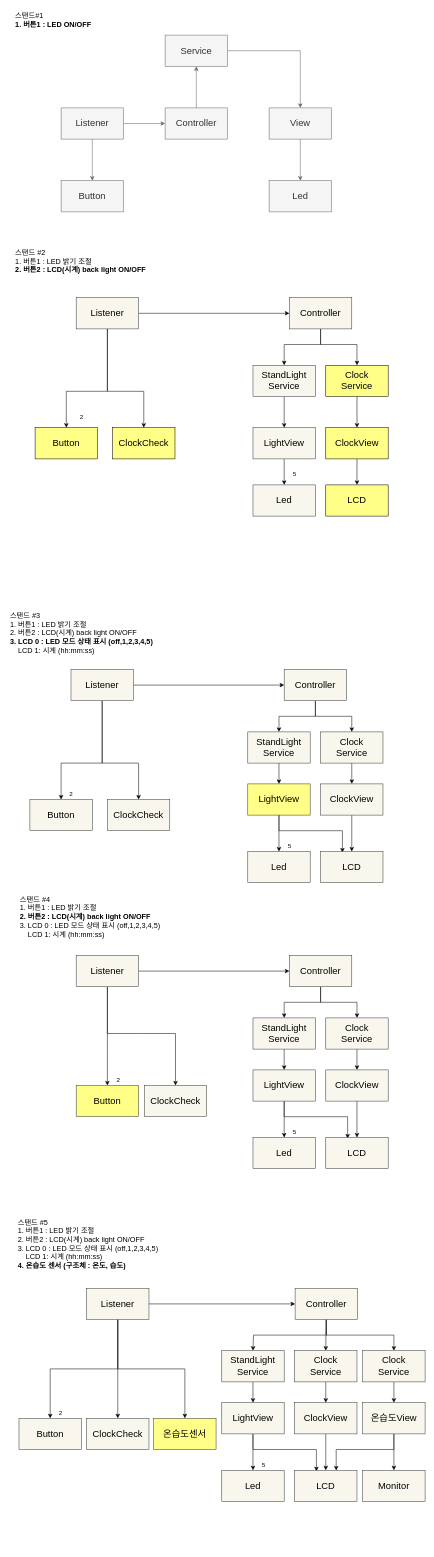
This is page "페이지-1" (1 of 2) of sw_design/architecture.drawio from ena-log/StandLight_Clock_Temperature, a draw.io file, before an edit. Source tidied: cells renumbered, new cells numbered last; positions are measured from the earlier drawing's top-left corner, leaving out a move shared by most shapes. Both pictures are drawn from the tidied source at 52%, with x=0, y=0 at pixel (9, 9).
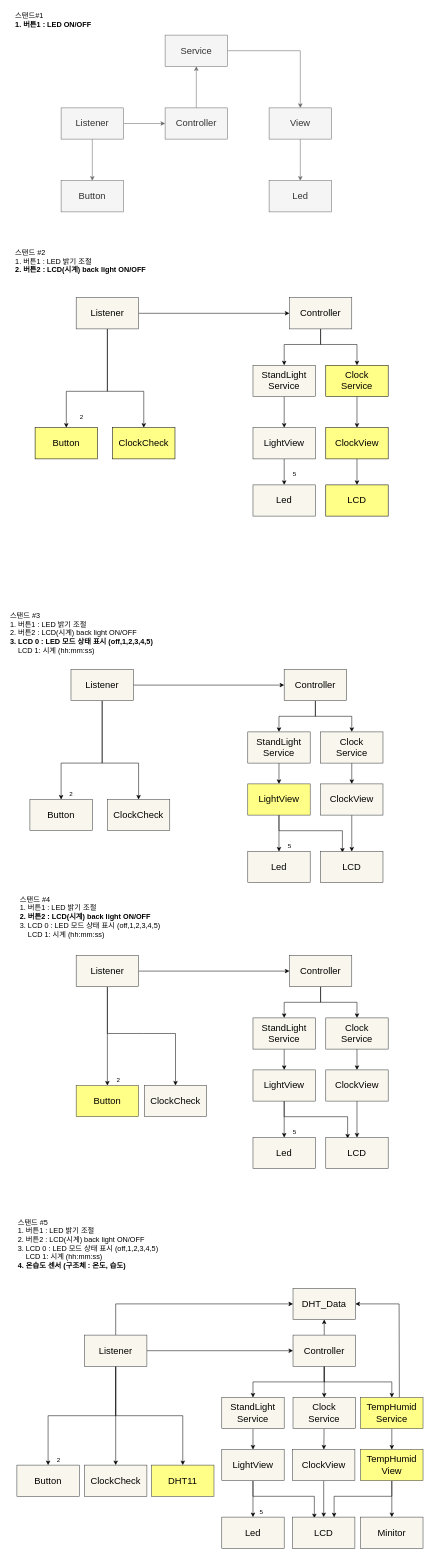
The same page after the edit.

Change to the diagram source:
```diff
@@
     <mxCell id="82" value="Button" style="whiteSpace=wrap;html=1;fontSize=18;fillColor=#f9f7ed;strokeColor=#36393d;fontColor=#000000;" parent="1" vertex="1">
-      <mxGeometry x="19" y="2710" width="120" height="60" as="geometry" />
+      <mxGeometry x="15" y="2800" width="120" height="60" as="geometry" />
     </mxCell>
     <mxCell id="83" style="edgeStyle=none;html=1;fontSize=18;entryX=0.5;entryY=0;entryDx=0;entryDy=0;rounded=0;fontColor=#000000;strokeColor=#000000;" parent="1" edge="1" source="87" target="82">
       <mxGeometry relative="1" as="geometry">
         <Array as="points">
-          <mxPoint x="209" y="2615" />
-          <mxPoint x="79" y="2615" />
+          <mxPoint x="205" y="2705" />
+          <mxPoint x="75" y="2705" />
         </Array>
       </mxGeometry>
     </mxCell>
@@
+    <mxCell id="114" style="edgeStyle=none;html=1;entryX=0;entryY=0.5;entryDx=0;entryDy=0;fontColor=#000000;strokeColor=#000000;exitX=0.5;exitY=0;exitDx=0;exitDy=0;rounded=0;" parent="1" edge="1" source="87" target="118">
+      <mxGeometry relative="1" as="geometry">
+        <Array as="points">
+          <mxPoint x="205" y="2490" />
+        </Array>
+      </mxGeometry>
+    </mxCell>
     <mxCell id="87" value="Listener" style="whiteSpace=wrap;html=1;fontSize=18;strokeColor=#36393d;fillColor=#f9f7ed;fontColor=#000000;" parent="1" vertex="1">
-      <mxGeometry x="149" y="2460" width="120" height="60" as="geometry" />
+      <mxGeometry x="145" y="2550" width="120" height="60" as="geometry" />
     </mxCell>
     <mxCell id="88" style="edgeStyle=none;html=1;entryX=0.5;entryY=0;entryDx=0;entryDy=0;rounded=0;strokeColor=#000000;" parent="1" edge="1" source="91" target="97">
       <mxGeometry relative="1" as="geometry">
         <Array as="points">
-          <mxPoint x="610" y="2550" />
-          <mxPoint x="470" y="2550" />
+          <mxPoint x="606" y="2640" />
+          <mxPoint x="469" y="2640" />
         </Array>
       </mxGeometry>
     </mxCell>
+    <mxCell id="90" style="edgeStyle=orthogonalEdgeStyle;html=1;exitX=0.5;exitY=1;exitDx=0;exitDy=0;entryX=0.5;entryY=0;entryDx=0;entryDy=0;fontColor=#000000;rounded=0;strokeColor=#000000;" parent="1" edge="1" source="91" target="109">
+      <mxGeometry relative="1" as="geometry">
+        <Array as="points">
+          <mxPoint x="606" y="2640" />
+          <mxPoint x="736" y="2640" />
+        </Array>
+      </mxGeometry>
+    </mxCell>
+    <mxCell id="115" style="edgeStyle=none;rounded=0;html=1;entryX=0.5;entryY=1;entryDx=0;entryDy=0;fontColor=#000000;strokeColor=#000000;exitX=0.5;exitY=0;exitDx=0;exitDy=0;" parent="1" edge="1" source="91" target="118">
+      <mxGeometry relative="1" as="geometry" />
+    </mxCell>
-    <mxCell id="89" style="edgeStyle=none;rounded=0;html=1;entryX=0.5;entryY=0;entryDx=0;entryDy=0;strokeColor=#000000;" parent="1" edge="1" source="91" target="99">
+    <mxCell id="89" style="edgeStyle=none;rounded=0;html=1;entryX=0.5;entryY=0;entryDx=0;entryDy=0;fontColor=#000000;strokeColor=#000000;" parent="1" edge="1" source="91" target="99">
       <mxGeometry relative="1" as="geometry" />
     </mxCell>
-    <mxCell id="90" style="edgeStyle=orthogonalEdgeStyle;html=1;exitX=0.5;exitY=1;exitDx=0;exitDy=0;entryX=0.5;entryY=0;entryDx=0;entryDy=0;fontColor=#000000;rounded=0;strokeColor=#000000;" parent="1" edge="1" source="91" target="109">
-      <mxGeometry relative="1" as="geometry" />
-    </mxCell>
     <mxCell id="91" value="Controller" style="whiteSpace=wrap;html=1;fontSize=18;strokeColor=#36393d;fillColor=#f9f7ed;fontColor=#000000;" parent="1" vertex="1">
-      <mxGeometry x="550" y="2460" width="120" height="60" as="geometry" />
+      <mxGeometry x="546" y="2550" width="120" height="60" as="geometry" />
     </mxCell>
@@
     <mxCell id="93" style="edgeStyle=none;html=1;exitX=0.5;exitY=1;exitDx=0;exitDy=0;strokeColor=#000000;entryX=0.35;entryY=0.033;entryDx=0;entryDy=0;entryPerimeter=0;rounded=0;" parent="1" edge="1" source="94" target="102">
       <mxGeometry relative="1" as="geometry">
         <Array as="points">
-          <mxPoint x="469" y="2770" />
-          <mxPoint x="591" y="2770" />
+          <mxPoint x="469" y="2860" />
+          <mxPoint x="587" y="2860" />
         </Array>
       </mxGeometry>
     </mxCell>
     <mxCell id="94" value="LightView" style="whiteSpace=wrap;html=1;fontSize=18;strokeColor=#36393d;fillColor=#f9f7ed;fontColor=#000000;" parent="1" vertex="1">
-      <mxGeometry x="409" y="2680" width="120" height="60" as="geometry" />
+      <mxGeometry x="409" y="2770" width="120" height="60" as="geometry" />
     </mxCell>
     <mxCell id="95" value="Led" style="whiteSpace=wrap;html=1;fontSize=18;strokeColor=#36393d;fillColor=#f9f7ed;fontColor=#000000;" parent="1" vertex="1">
-      <mxGeometry x="409" y="2810" width="120" height="60" as="geometry" />
+      <mxGeometry x="409" y="2900" width="120" height="60" as="geometry" />
     </mxCell>
@@
     <mxCell id="97" value="StandLight&lt;br&gt;Service" style="whiteSpace=wrap;html=1;fontSize=18;strokeColor=#36393d;fillColor=#f9f7ed;fontColor=#000000;" parent="1" vertex="1">
-      <mxGeometry x="409" y="2580" width="120" height="60" as="geometry" />
+      <mxGeometry x="409" y="2670" width="120" height="60" as="geometry" />
     </mxCell>
@@
     <mxCell id="99" value="Clock&lt;br&gt;Service" style="whiteSpace=wrap;html=1;fontSize=18;fillColor=#f9f7ed;strokeColor=#36393d;fontColor=#000000;" parent="1" vertex="1">
-      <mxGeometry x="549" y="2580" width="120" height="60" as="geometry" />
+      <mxGeometry x="546" y="2670" width="120" height="60" as="geometry" />
     </mxCell>
@@
     <mxCell id="101" value="ClockView" style="whiteSpace=wrap;html=1;fontSize=18;fillColor=#f9f7ed;strokeColor=#36393d;fontColor=#000000;" parent="1" vertex="1">
-      <mxGeometry x="549" y="2680" width="120" height="60" as="geometry" />
+      <mxGeometry x="545" y="2770" width="120" height="60" as="geometry" />
     </mxCell>
     <mxCell id="102" value="LCD" style="whiteSpace=wrap;html=1;fontSize=18;fillColor=#f9f7ed;strokeColor=#36393d;fontColor=#000000;" parent="1" vertex="1">
-      <mxGeometry x="549" y="2810" width="120" height="60" as="geometry" />
+      <mxGeometry x="545" y="2900" width="120" height="60" as="geometry" />
     </mxCell>
     <mxCell id="103" value="5" style="text;html=1;align=center;verticalAlign=middle;fillColor=none;rounded=0;fontColor=#000000;" parent="1" vertex="1">
-      <mxGeometry x="479" y="2790" width="20" height="20" as="geometry" />
+      <mxGeometry x="475" y="2880" width="20" height="20" as="geometry" />
     </mxCell>
     <mxCell id="104" value="2" style="text;html=1;align=center;verticalAlign=middle;fillColor=none;rounded=0;fontColor=#000000;" parent="1" vertex="1">
-      <mxGeometry x="89" y="2690" width="20" height="20" as="geometry" />
+      <mxGeometry x="85" y="2780" width="20" height="20" as="geometry" />
     </mxCell>
     <mxCell id="105" value="ClockCheck" style="whiteSpace=wrap;html=1;fontSize=18;fillColor=#f9f7ed;strokeColor=#36393d;fontColor=#000000;" parent="1" vertex="1">
-      <mxGeometry x="149" y="2710" width="120" height="60" as="geometry" />
+      <mxGeometry x="145" y="2800" width="120" height="60" as="geometry" />
     </mxCell>
@@
-    <mxCell id="107" value="온습도센서" style="whiteSpace=wrap;html=1;fontSize=18;fillColor=#ffff88;strokeColor=#36393d;fontColor=#000000;" parent="1" vertex="1">
-      <mxGeometry x="278" y="2710" width="120" height="60" as="geometry" />
+    <mxCell id="107" value="DHT11" style="whiteSpace=wrap;html=1;fontSize=18;fillColor=#ffff88;strokeColor=#36393d;fontColor=#000000;" parent="1" vertex="1">
+      <mxGeometry x="274" y="2800" width="120" height="60" as="geometry" />
     </mxCell>
@@
+    <mxCell id="116" style="edgeStyle=none;rounded=0;html=1;entryX=1;entryY=0.5;entryDx=0;entryDy=0;fontColor=#000000;strokeColor=#000000;exitX=0.621;exitY=0.003;exitDx=0;exitDy=0;exitPerimeter=0;" parent="1" edge="1" source="109" target="118">
+      <mxGeometry relative="1" as="geometry">
+        <Array as="points">
+          <mxPoint x="750" y="2490" />
+        </Array>
+      </mxGeometry>
+    </mxCell>
-    <mxCell id="109" value="Clock&lt;br&gt;Service" style="whiteSpace=wrap;html=1;fontSize=18;fillColor=#f9f7ed;strokeColor=#36393d;fontColor=#000000;" parent="1" vertex="1">
-      <mxGeometry x="680" y="2580" width="120" height="60" as="geometry" />
+    <mxCell id="109" value="TempHumid&lt;br&gt;Service" style="whiteSpace=wrap;html=1;fontSize=18;fillColor=#ffff88;strokeColor=#36393d;fontColor=#000000;" parent="1" vertex="1">
+      <mxGeometry x="676" y="2670" width="120" height="60" as="geometry" />
     </mxCell>
-    <mxCell id="110" style="edgeStyle=orthogonalEdgeStyle;rounded=0;html=1;fontColor=#000000;strokeColor=#000000;" parent="1" edge="1" source="112" target="113">
-      <mxGeometry relative="1" as="geometry" />
-    </mxCell>
     <mxCell id="111" style="edgeStyle=orthogonalEdgeStyle;rounded=0;html=1;entryX=0.667;entryY=0.006;entryDx=0;entryDy=0;entryPerimeter=0;fontColor=#000000;strokeColor=#000000;" parent="1" edge="1" source="112" target="102">
       <mxGeometry relative="1" as="geometry">
         <Array as="points">
-          <mxPoint x="740" y="2770" />
-          <mxPoint x="629" y="2770" />
+          <mxPoint x="736" y="2860" />
+          <mxPoint x="625" y="2860" />
         </Array>
       </mxGeometry>
     </mxCell>
+    <mxCell id="117" style="edgeStyle=none;rounded=0;html=1;entryX=0.5;entryY=0;entryDx=0;entryDy=0;fontColor=#000000;strokeColor=#000000;" parent="1" edge="1" source="112" target="119">
+      <mxGeometry relative="1" as="geometry" />
+    </mxCell>
-    <mxCell id="112" value="온습도View" style="whiteSpace=wrap;html=1;fontSize=18;fillColor=#f9f7ed;strokeColor=#36393d;fontColor=#000000;" parent="1" vertex="1">
-      <mxGeometry x="680" y="2680" width="120" height="60" as="geometry" />
+    <mxCell id="112" value="TempHumid&lt;br&gt;View" style="whiteSpace=wrap;html=1;fontSize=18;fillColor=#ffff88;strokeColor=#36393d;fontColor=#000000;" parent="1" vertex="1">
+      <mxGeometry x="676" y="2770" width="120" height="60" as="geometry" />
     </mxCell>
-    <mxCell id="113" value="Monitor" style="whiteSpace=wrap;html=1;fontSize=18;fillColor=#f9f7ed;strokeColor=#36393d;fontColor=#000000;" parent="1" vertex="1">
-      <mxGeometry x="680" y="2810" width="120" height="60" as="geometry" />
-    </mxCell>
+    <mxCell id="118" value="DHT_Data" style="whiteSpace=wrap;html=1;fontSize=18;strokeColor=#36393d;fillColor=#f9f7ed;fontColor=#000000;" parent="1" vertex="1">
+      <mxGeometry x="546" y="2460" width="120" height="60" as="geometry" />
+    </mxCell>
+    <mxCell id="119" value="Minitor" style="whiteSpace=wrap;html=1;fontSize=18;fillColor=#f9f7ed;strokeColor=#36393d;fontColor=#000000;" parent="1" vertex="1">
+      <mxGeometry x="676" y="2900" width="120" height="60" as="geometry" />
+    </mxCell>
```
